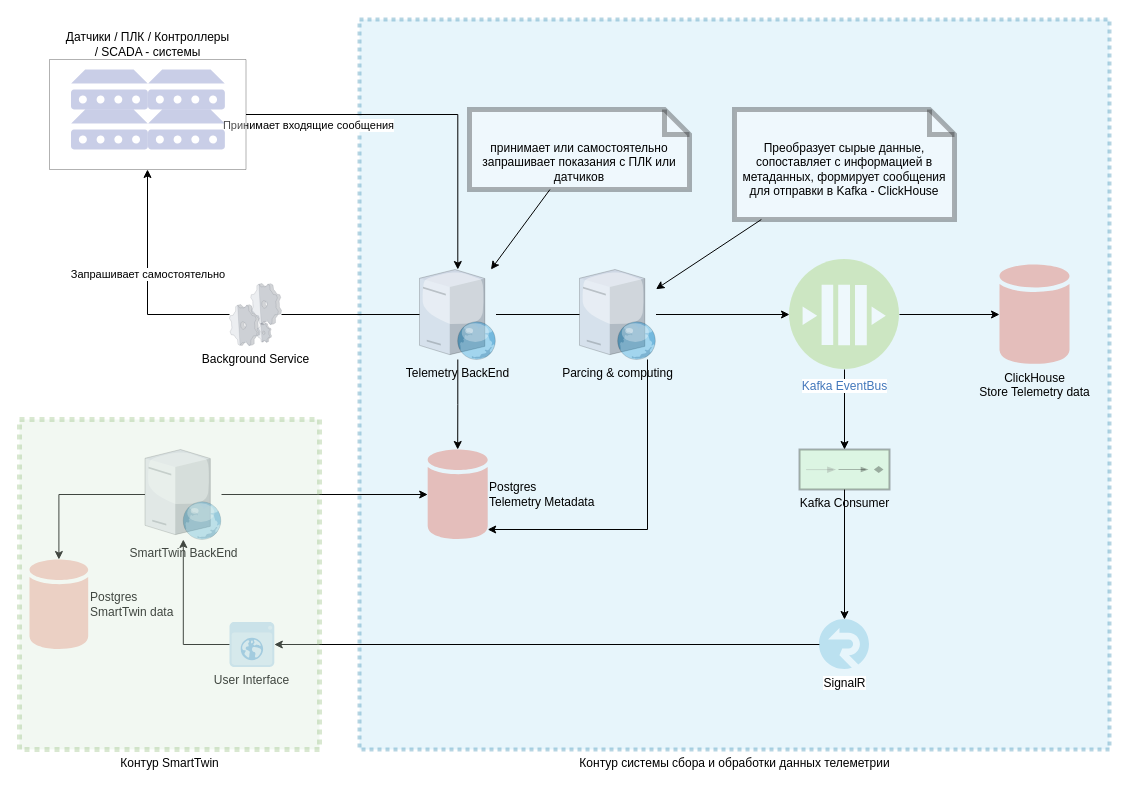
The draw.io diagram page "Концепт" (1 of 4) of ST.Telemetry.drawio in aaf1974/ProjectDiagram, before the edit. Source tidied: cells renumbered, new cells numbered last; positions are measured from the earlier drawing's top-left corner, leaving out a move shared by most shapes. Both pictures are drawn from the tidied source at 100%, with x=0, y=0 at pixel (19, 19).
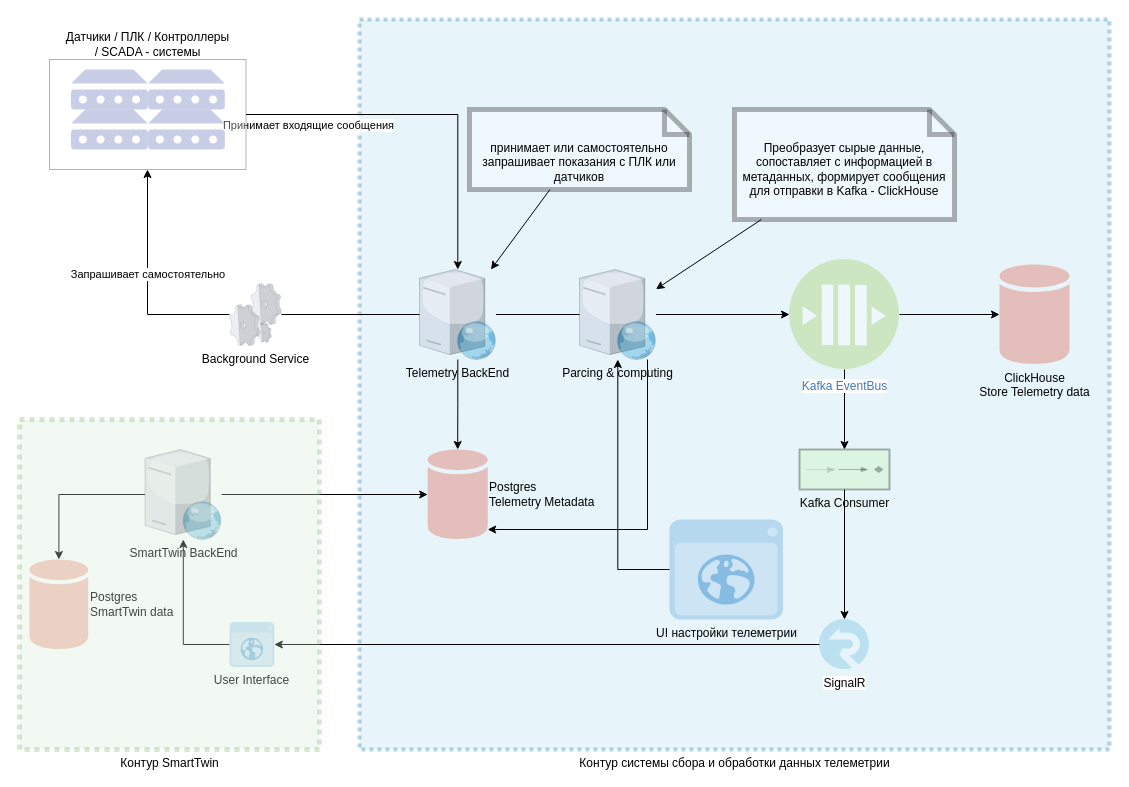
After the change.

Unchanged cells that the change refers to:
```xml
<mxCell id="26" value="Parcing &amp;amp; computing" style="verticalLabelPosition=bottom;html=1;verticalAlign=top;strokeColor=none;align=center;outlineConnect=0;shape=mxgraph.citrix.web_server;gradientColor=none;opacity=30;" parent="1" vertex="1">
  <mxGeometry x="560" y="250" width="76.5" height="90" as="geometry" />
</mxCell>
```

Diff of the diagram source:
```diff
@@
+    <mxCell id="42" style="edgeStyle=orthogonalEdgeStyle;rounded=0;jettySize=auto;html=1;strokeWidth=1;" parent="1" edge="1" source="43" target="26">
+      <mxGeometry relative="1" as="geometry" />
+    </mxCell>
+    <mxCell id="43" value="UI настройки телеметрии" style="shadow=0;dashed=0;html=1;strokeColor=none;fillColor=#4495D1;labelPosition=center;verticalLabelPosition=bottom;verticalAlign=top;align=center;outlineConnect=0;shape=mxgraph.veeam.2d.web_ui;opacity=30;" parent="1" vertex="1">
+      <mxGeometry x="650" y="500" width="113.5" height="100" as="geometry" />
+    </mxCell>
```
